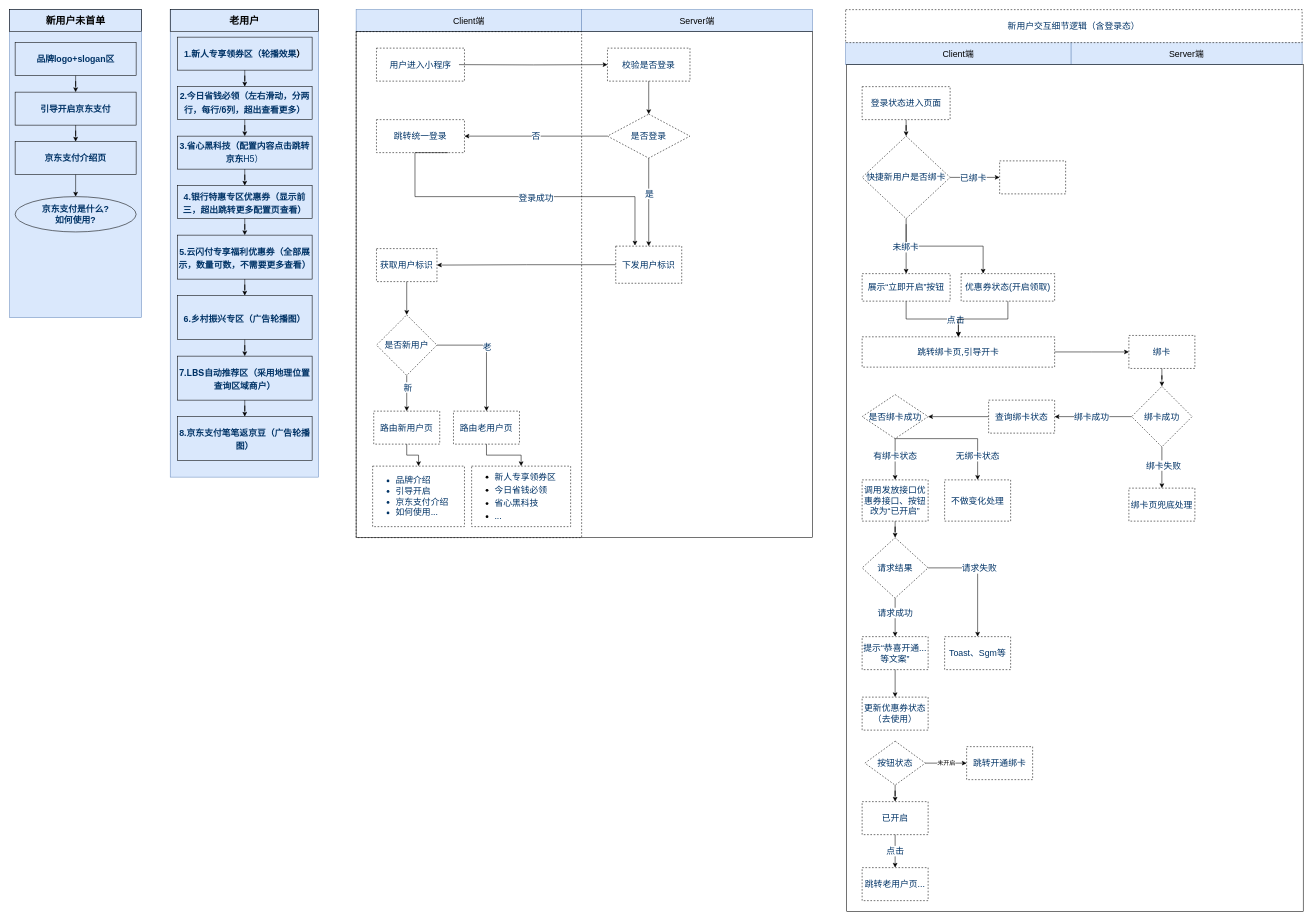
Above: 整体架构图.drawio in joh126/v_project (draw.io), before the change. Source tidied: cells renumbered, new cells numbered last; positions are measured from the earlier drawing's top-left corner, leaving out a move shared by most shapes. Both pictures are drawn from the tidied source at 55%, with x=0, y=0 at pixel (9, 9).
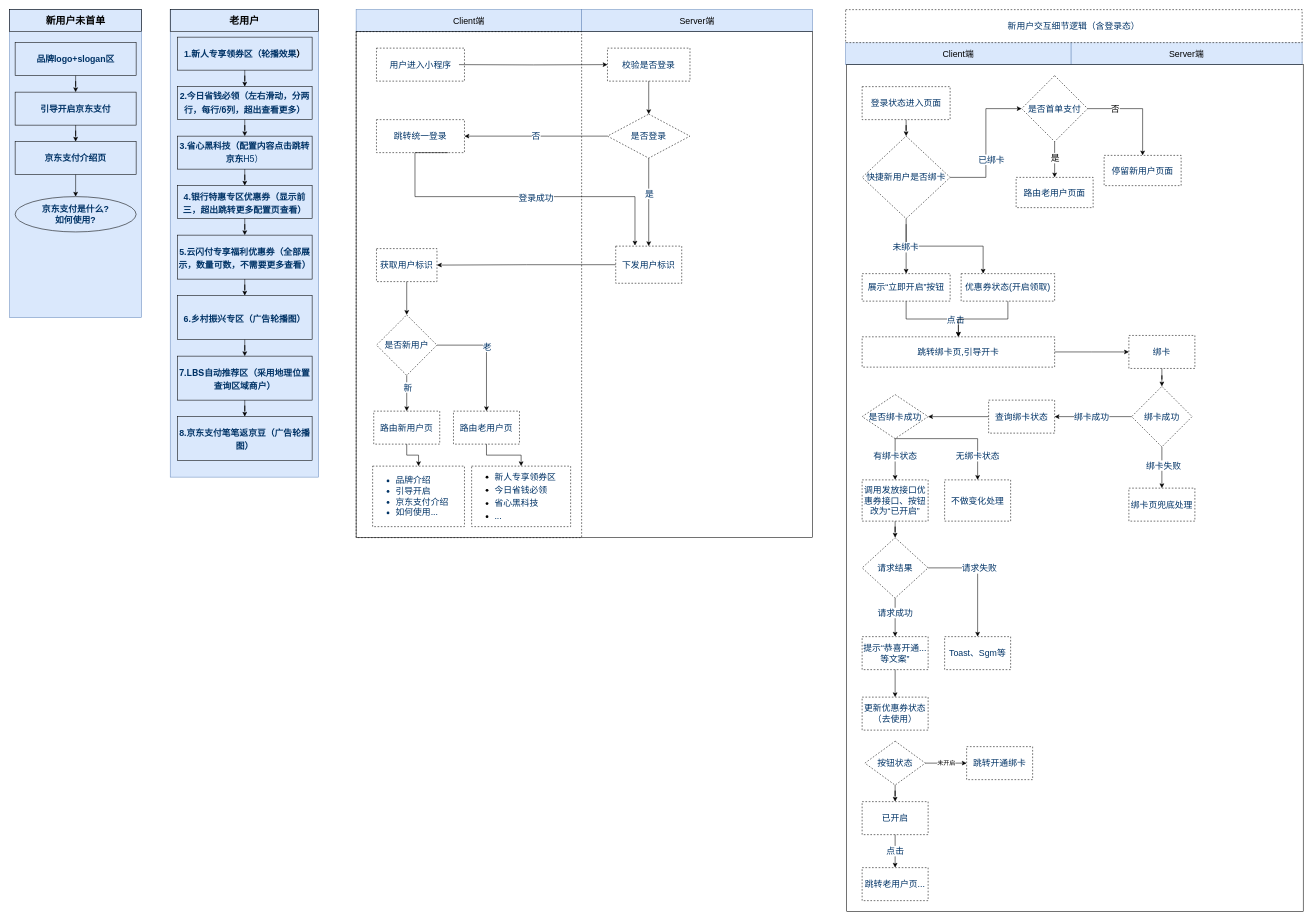
The same diagram, later.

Commit message:
Update 整体架构图.drawio

The change refers to these unchanged cells:
```xml
<mxCell id="71" value="快捷新用户是否绑卡" style="rhombus;whiteSpace=wrap;html=1;fontSize=16;fillColor=none;fontColor=#003366;rounded=0;dashed=1;sketch=0;" parent="1" vertex="1">
  <mxGeometry x="1550" y="230" width="160" height="150" as="geometry" />
</mxCell>
```

What changed in the source:
```diff
@@
-    <mxCell id="65" style="edgeStyle=orthogonalEdgeStyle;rounded=0;jettySize=auto;html=1;fontFamily=Helvetica;fontSize=16;fontColor=#003366;" parent="1" edge="1" source="71" target="72">
-      <mxGeometry relative="1" as="geometry" />
-    </mxCell>
-    <mxCell id="66" value="已绑卡" style="edgeLabel;html=1;align=center;verticalAlign=middle;fontSize=16;fontFamily=Helvetica;fontColor=#003366;" parent="65" vertex="1">
-      <mxGeometry x="-0.1" y="-4" relative="1" as="geometry">
-        <mxPoint y="-4" as="offset" />
-      </mxGeometry>
-    </mxCell>
@@
+    <mxCell id="114" style="edgeStyle=orthogonalEdgeStyle;rounded=0;jettySize=auto;html=1;entryX=0;entryY=0.5;entryDx=0;entryDy=0;" parent="1" edge="1" source="71" target="119">
+      <mxGeometry relative="1" as="geometry" />
+    </mxCell>
+    <mxCell id="66" value="&lt;font style=&quot;font-size: 16px&quot;&gt;已绑卡&lt;/font&gt;" style="edgeLabel;html=1;align=center;verticalAlign=middle;fontColor=#003366;" parent="114" vertex="1">
+      <mxGeometry x="-0.25" y="-3" relative="1" as="geometry">
+        <mxPoint x="6" y="-2" as="offset" />
+      </mxGeometry>
+    </mxCell>
@@
-    <mxCell id="72" style="whiteSpace=wrap;html=1;fontSize=16;fillColor=none;fontColor=#003366;rounded=0;dashed=1;sketch=0;" parent="1" vertex="1">
-      <mxGeometry x="1800" y="275" width="120" height="60" as="geometry" />
-    </mxCell>
@@
+    <mxCell id="115" style="edgeStyle=orthogonalEdgeStyle;rounded=0;jettySize=auto;html=1;fontSize=16;" parent="1" edge="1" source="119" target="120">
+      <mxGeometry relative="1" as="geometry" />
+    </mxCell>
+    <mxCell id="116" value="是" style="edgeLabel;html=1;align=center;verticalAlign=middle;fontSize=16;" parent="115" vertex="1">
+      <mxGeometry x="-0.36" y="-1" relative="1" as="geometry">
+        <mxPoint x="1" y="8" as="offset" />
+      </mxGeometry>
+    </mxCell>
+    <mxCell id="117" style="edgeStyle=orthogonalEdgeStyle;rounded=0;jettySize=auto;html=1;fontSize=16;" parent="1" edge="1" source="119" target="121">
+      <mxGeometry relative="1" as="geometry" />
+    </mxCell>
+    <mxCell id="118" value="否" style="edgeLabel;html=1;align=center;verticalAlign=middle;fontSize=16;" parent="117" vertex="1">
+      <mxGeometry x="-0.33" y="-1" relative="1" as="geometry">
+        <mxPoint x="-13" y="-1" as="offset" />
+      </mxGeometry>
+    </mxCell>
+    <mxCell id="119" value="是否首单支付" style="rhombus;whiteSpace=wrap;html=1;fontSize=16;fillColor=none;fontColor=#003366;rounded=0;dashed=1;sketch=0;" parent="1" vertex="1">
+      <mxGeometry x="1840" y="120" width="120" height="120" as="geometry" />
+    </mxCell>
+    <mxCell id="120" value="路由老用户页面" style="whiteSpace=wrap;html=1;fontSize=16;fillColor=none;fontColor=#003366;rounded=0;dashed=1;sketch=0;" parent="1" vertex="1">
+      <mxGeometry x="1830" y="305" width="140" height="55" as="geometry" />
+    </mxCell>
+    <mxCell id="121" value="停留新用户页面" style="whiteSpace=wrap;html=1;fontSize=16;fillColor=none;fontColor=#003366;rounded=0;dashed=1;sketch=0;" parent="1" vertex="1">
+      <mxGeometry x="1990" y="265" width="140" height="55" as="geometry" />
+    </mxCell>
```
